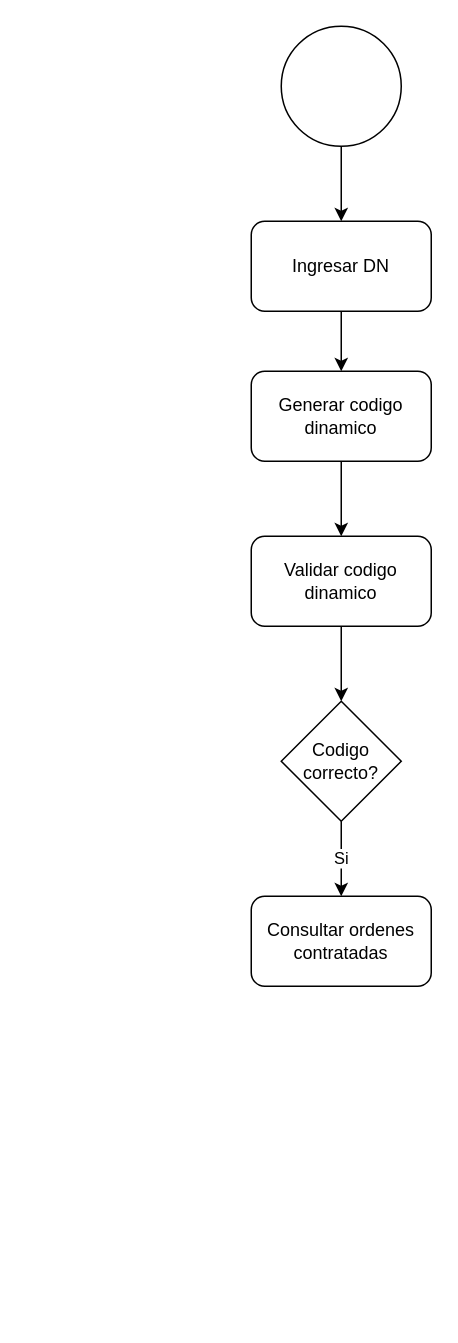
fhermq/diagrams keeps this draw.io diagram as Diagrama sin título.drawio. Above is the earlier version. Source tidied: cells renumbered, new cells numbered last; positions are measured from the earlier drawing's top-left corner, leaving out a move shared by most shapes. Both pictures are drawn from the tidied source at 150%, with x=0, y=0 at pixel (250, 26).
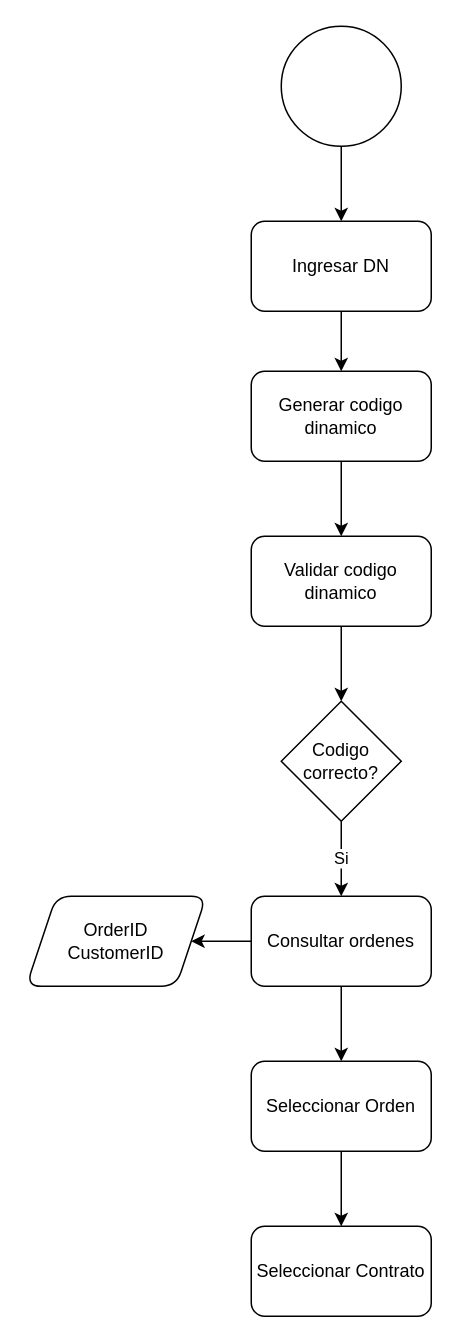
After the change.

Change to the diagram source:
```diff
@@
 <mxGraphModel>
   <root>
     <mxCell id="0" />
     <mxCell id="1" parent="0" />
     <mxCell id="2" style="edgeStyle=orthogonalEdgeStyle;rounded=0;jettySize=auto;html=1;" parent="1" edge="1" source="3" target="5">
       <mxGeometry relative="1" as="geometry" />
     </mxCell>
     <mxCell id="3" style="ellipse;whiteSpace=wrap;html=1;" parent="1" vertex="1">
       <mxGeometry x="20" width="80" height="80" as="geometry" />
     </mxCell>
     <mxCell id="4" style="edgeStyle=orthogonalEdgeStyle;rounded=0;jettySize=auto;html=1;" parent="1" edge="1" source="5" target="7">
       <mxGeometry relative="1" as="geometry" />
     </mxCell>
     <mxCell id="5" value="Ingresar DN" style="rounded=1;whiteSpace=wrap;html=1;" parent="1" vertex="1">
       <mxGeometry y="130" width="120" height="60" as="geometry" />
     </mxCell>
     <mxCell id="6" style="edgeStyle=orthogonalEdgeStyle;rounded=0;jettySize=auto;html=1;" parent="1" edge="1" source="7" target="9">
       <mxGeometry relative="1" as="geometry" />
     </mxCell>
     <mxCell id="7" value="Generar codigo dinamico" style="rounded=1;whiteSpace=wrap;html=1;" parent="1" vertex="1">
       <mxGeometry y="230" width="120" height="60" as="geometry" />
     </mxCell>
     <mxCell id="8" style="edgeStyle=orthogonalEdgeStyle;rounded=0;jettySize=auto;html=1;" parent="1" edge="1" source="9" target="11">
       <mxGeometry relative="1" as="geometry" />
     </mxCell>
     <mxCell id="9" value="Validar codigo dinamico" style="rounded=1;whiteSpace=wrap;html=1;" parent="1" vertex="1">
       <mxGeometry y="340" width="120" height="60" as="geometry" />
     </mxCell>
     <mxCell id="10" value="Si" style="edgeStyle=orthogonalEdgeStyle;rounded=0;jettySize=auto;html=1;" parent="1" edge="1" source="11" target="12">
       <mxGeometry relative="1" as="geometry" />
     </mxCell>
     <mxCell id="11" value="Codigo correcto?" style="rhombus;whiteSpace=wrap;html=1;" parent="1" vertex="1">
       <mxGeometry x="20" y="450" width="80" height="80" as="geometry" />
     </mxCell>
+    <mxCell id="13" style="edgeStyle=orthogonalEdgeStyle;rounded=0;jettySize=auto;html=1;" parent="1" edge="1" source="12" target="16">
+      <mxGeometry relative="1" as="geometry" />
+    </mxCell>
+    <mxCell id="14" style="edgeStyle=orthogonalEdgeStyle;rounded=0;jettySize=auto;html=1;" parent="1" edge="1" source="12" target="18">
+      <mxGeometry relative="1" as="geometry" />
+    </mxCell>
-    <mxCell id="12" value="Consultar ordenes contratadas" style="rounded=1;whiteSpace=wrap;html=1;" parent="1" vertex="1">
+    <mxCell id="12" value="Consultar ordenes" style="rounded=1;whiteSpace=wrap;html=1;" parent="1" vertex="1">
       <mxGeometry y="580" width="120" height="60" as="geometry" />
     </mxCell>
+    <mxCell id="15" style="edgeStyle=orthogonalEdgeStyle;rounded=0;jettySize=auto;html=1;" parent="1" edge="1" source="16" target="17">
+      <mxGeometry relative="1" as="geometry" />
+    </mxCell>
+    <mxCell id="16" value="Seleccionar Orden" style="rounded=1;whiteSpace=wrap;html=1;" parent="1" vertex="1">
+      <mxGeometry y="690" width="120" height="60" as="geometry" />
+    </mxCell>
+    <mxCell id="17" value="Seleccionar Contrato" style="rounded=1;whiteSpace=wrap;html=1;" parent="1" vertex="1">
+      <mxGeometry y="800" width="120" height="60" as="geometry" />
+    </mxCell>
+    <mxCell id="18" value="OrderID&lt;br&gt;CustomerID" style="shape=parallelogram;perimeter=parallelogramPerimeter;whiteSpace=wrap;html=1;fixedSize=1;rounded=1;" parent="1" vertex="1">
+      <mxGeometry x="-150" y="580" width="120" height="60" as="geometry" />
+    </mxCell>
   </root>
 </mxGraphModel>
```
